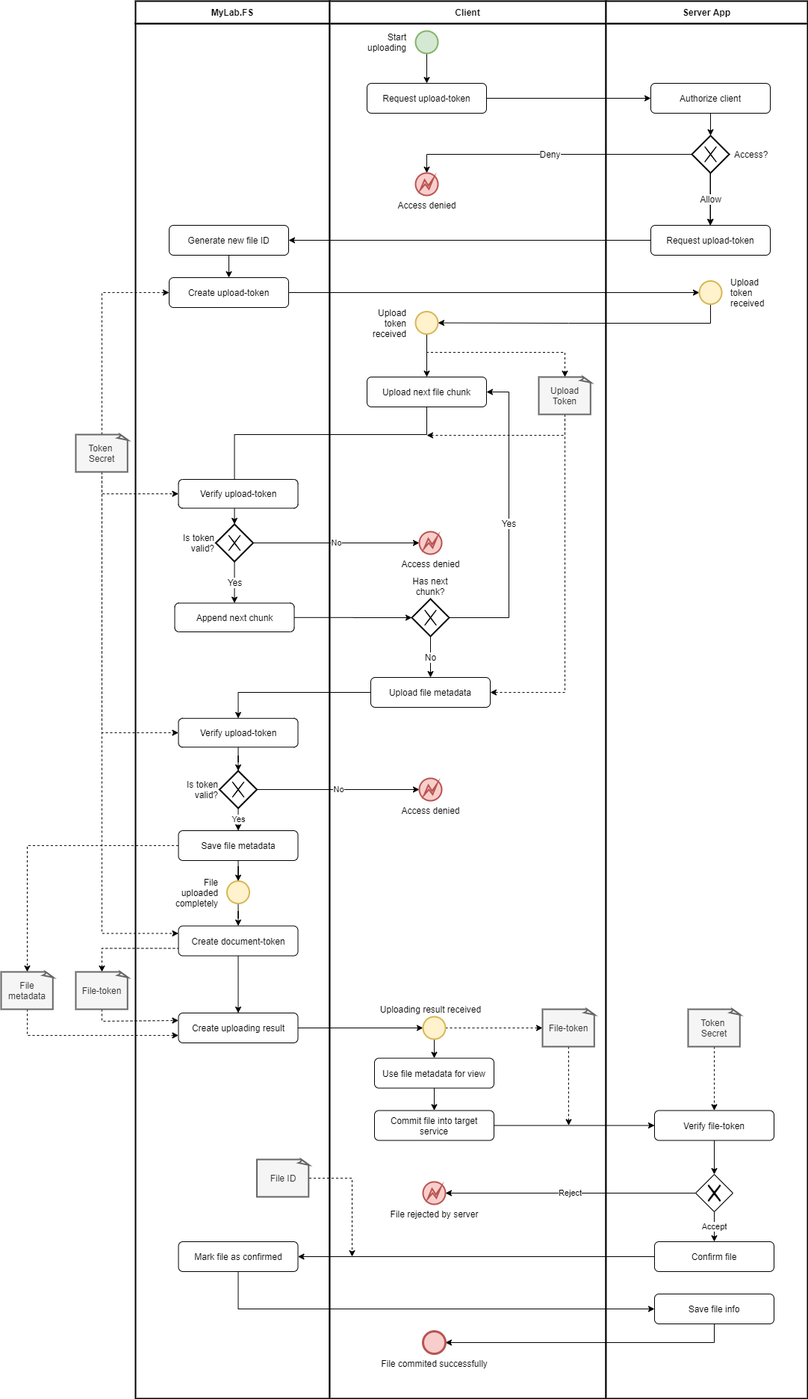
The draw.io diagram doc/diagramms/mylab-fs-client-uploading.png in mylab-tools/file-storage, before a commit. Source tidied: cells renumbered, new cells last; positions are measured from the earlier drawing's top-left corner, leaving out a move shared by most shapes.
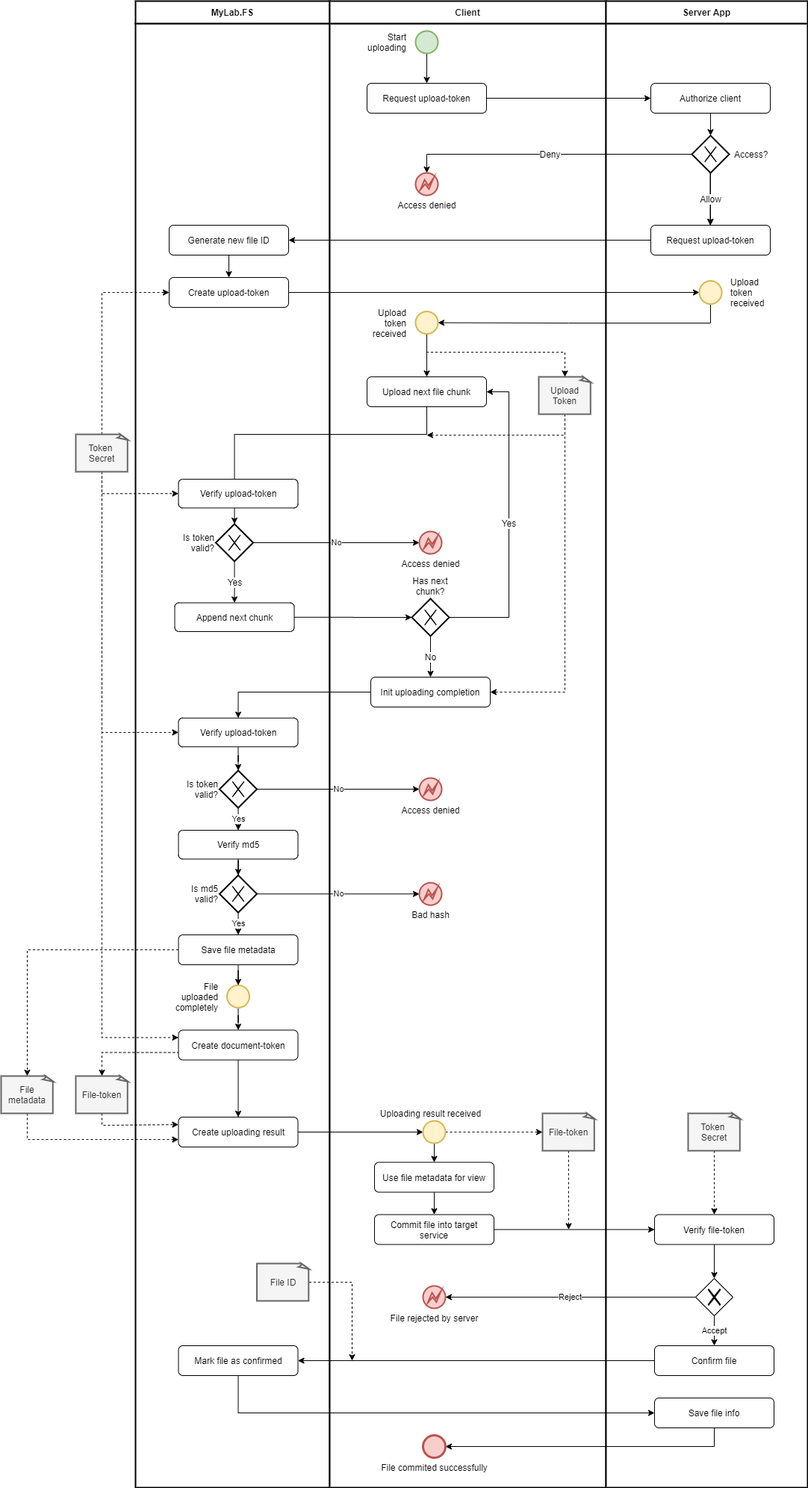
Later version of the same file.

What changed in the source:
```diff
@@ -3,19 +3,19 @@
     <mxCell id="0" />
     <mxCell id="1" parent="0" />
     <mxCell id="2" style="rounded=0;whiteSpace=wrap;html=1;strokeWidth=2;fontSize=12;align=center;" parent="1" vertex="1">
-      <mxGeometry x="180" y="30" width="260" height="1840" as="geometry" />
+      <mxGeometry x="180" y="30" width="260" height="1960" as="geometry" />
     </mxCell>
     <mxCell id="3" value="&lt;b&gt;MyLab.FS&lt;/b&gt;" style="rounded=0;whiteSpace=wrap;html=1;strokeWidth=2;fontSize=12;align=center;" parent="1" vertex="1">
       <mxGeometry x="180" width="260" height="30" as="geometry" />
     </mxCell>
     <mxCell id="4" style="rounded=0;whiteSpace=wrap;html=1;strokeWidth=2;fontSize=12;align=center;" parent="1" vertex="1">
-      <mxGeometry x="440" y="30" width="370" height="1840" as="geometry" />
+      <mxGeometry x="440" y="30" width="370" height="1960" as="geometry" />
     </mxCell>
     <mxCell id="5" value="Client" style="rounded=0;whiteSpace=wrap;html=1;strokeWidth=2;fontSize=12;align=center;fontStyle=1;" parent="1" vertex="1">
       <mxGeometry x="440" width="370" height="30" as="geometry" />
     </mxCell>
     <mxCell id="6" style="rounded=0;whiteSpace=wrap;html=1;strokeWidth=2;fontSize=12;align=center;" parent="1" vertex="1">
-      <mxGeometry x="810" y="30" width="270" height="1840" as="geometry" />
+      <mxGeometry x="810" y="30" width="270" height="1960" as="geometry" />
     </mxCell>
     <mxCell id="7" value="Server App" style="rounded=0;whiteSpace=wrap;html=1;strokeWidth=2;fontSize=12;align=center;fontStyle=1;" parent="1" vertex="1">
       <mxGeometry x="810" width="270" height="30" as="geometry" />
@@ -65,7 +65,7 @@
     <mxCell id="22" style="edgeStyle=orthogonalEdgeStyle;rounded=0;jettySize=auto;html=1;entryX=0;entryY=0.25;entryDx=0;entryDy=0;dashed=1;" parent="1" edge="1" source="24" target="40">
       <mxGeometry relative="1" as="geometry">
         <Array as="points">
-          <mxPoint x="135" y="1248" />
+          <mxPoint x="135" y="1388" />
         </Array>
       </mxGeometry>
     </mxCell>
@@ -119,7 +119,7 @@
     <mxCell id="34" style="edgeStyle=orthogonalEdgeStyle;rounded=0;jettySize=auto;html=1;entryX=0.5;entryY=0;entryDx=0;entryDy=0;startArrow=none;startFill=0;endArrow=classic;endFill=1;strokeWidth=1;fontSize=12;" parent="1" edge="1" source="35" target="87">
       <mxGeometry relative="1" as="geometry" />
     </mxCell>
-    <mxCell id="35" value="Upload file metadata" style="rounded=1;whiteSpace=wrap;html=1;strokeWidth=1;fontSize=12;align=center;" parent="1" vertex="1">
+    <mxCell id="35" value="Init uploading completion" style="rounded=1;whiteSpace=wrap;html=1;strokeWidth=1;fontSize=12;align=center;" parent="1" vertex="1">
       <mxGeometry x="495" y="905" width="160" height="40" as="geometry" />
     </mxCell>
     <mxCell id="36" value="&lt;br&gt;" style="edgeStyle=orthogonalEdgeStyle;rounded=0;jettySize=auto;html=1;startArrow=none;startFill=0;endArrow=classic;endFill=1;strokeWidth=1;fontSize=12;entryX=0.5;entryY=0;entryDx=0;entryDy=0;" parent="1" edge="1" source="38" target="52">
@@ -129,19 +129,19 @@
       <mxGeometry relative="1" as="geometry" />
     </mxCell>
     <mxCell id="38" value="Save file metadata" style="rounded=1;whiteSpace=wrap;html=1;strokeWidth=1;fontSize=12;align=center;" parent="1" vertex="1">
-      <mxGeometry x="237.5" y="1110" width="160" height="40" as="geometry" />
+      <mxGeometry x="237.5" y="1250" width="160" height="40" as="geometry" />
     </mxCell>
     <mxCell id="39" style="edgeStyle=orthogonalEdgeStyle;rounded=0;jettySize=auto;html=1;startArrow=none;startFill=0;endArrow=classic;endFill=1;strokeWidth=1;fontSize=12;" parent="1" edge="1" source="40" target="42">
       <mxGeometry relative="1" as="geometry" />
     </mxCell>
     <mxCell id="40" value="Create document-token" style="rounded=1;whiteSpace=wrap;html=1;strokeWidth=1;fontSize=12;align=center;" parent="1" vertex="1">
-      <mxGeometry x="237.5" y="1237.5" width="160" height="40" as="geometry" />
+      <mxGeometry x="237.5" y="1377.5" width="160" height="40" as="geometry" />
     </mxCell>
     <mxCell id="41" style="edgeStyle=orthogonalEdgeStyle;rounded=0;jettySize=auto;html=1;entryX=0;entryY=0.5;entryDx=0;entryDy=0;startArrow=none;startFill=0;endArrow=classic;endFill=1;strokeWidth=1;fontSize=12;" parent="1" edge="1" source="42" target="55">
       <mxGeometry relative="1" as="geometry" />
     </mxCell>
     <mxCell id="42" value="Create uploading result" style="rounded=1;whiteSpace=wrap;html=1;strokeWidth=1;fontSize=12;align=center;" parent="1" vertex="1">
-      <mxGeometry x="237.5" y="1354" width="160" height="40" as="geometry" />
+      <mxGeometry x="237.5" y="1494" width="160" height="40" as="geometry" />
     </mxCell>
     <mxCell id="43" style="edgeStyle=orthogonalEdgeStyle;rounded=0;jettySize=auto;html=1;startArrow=none;startFill=0;endArrow=classic;endFill=1;strokeWidth=1;fontSize=12;dashed=1;exitX=0.5;exitY=1;exitDx=0;exitDy=0;exitPerimeter=0;" parent="1" edge="1" source="45">
       <mxGeometry relative="1" as="geometry">
@@ -160,31 +160,31 @@
     <mxCell id="46" style="edgeStyle=orthogonalEdgeStyle;rounded=0;jettySize=auto;html=1;entryX=0;entryY=0.25;entryDx=0;entryDy=0;startArrow=none;startFill=0;endArrow=classic;endFill=1;strokeWidth=1;fontSize=12;dashed=1;exitX=0.5;exitY=1;exitDx=0;exitDy=0;exitPerimeter=0;" parent="1" edge="1" source="48" target="42">
       <mxGeometry relative="1" as="geometry">
         <Array as="points">
-          <mxPoint x="135" y="1365" />
+          <mxPoint x="135" y="1505" />
         </Array>
       </mxGeometry>
     </mxCell>
     <mxCell id="47" style="edgeStyle=orthogonalEdgeStyle;rounded=0;jettySize=auto;html=1;entryX=0;entryY=0.75;entryDx=0;entryDy=0;dashed=1;startArrow=classic;startFill=1;endArrow=none;endFill=0;strokeWidth=1;fontSize=12;exitX=0.5;exitY=0;exitDx=0;exitDy=0;exitPerimeter=0;" parent="1" edge="1" source="48" target="40">
       <mxGeometry relative="1" as="geometry">
         <Array as="points">
-          <mxPoint x="135" y="1268" />
+          <mxPoint x="135" y="1408" />
         </Array>
       </mxGeometry>
     </mxCell>
     <mxCell id="48" value="File-token" style="whiteSpace=wrap;html=1;shape=mxgraph.basic.document;strokeWidth=2;fontSize=12;align=center;fillColor=#f5f5f5;strokeColor=#666666;fontColor=#333333;" parent="1" vertex="1">
-      <mxGeometry x="100" y="1299" width="70" height="50" as="geometry" />
+      <mxGeometry x="100" y="1439" width="70" height="50" as="geometry" />
     </mxCell>
     <mxCell id="49" style="edgeStyle=orthogonalEdgeStyle;rounded=0;jettySize=auto;html=1;entryX=0;entryY=0.75;entryDx=0;entryDy=0;startArrow=none;startFill=0;endArrow=classic;endFill=1;strokeWidth=1;fontSize=12;dashed=1;exitX=0.5;exitY=1;exitDx=0;exitDy=0;exitPerimeter=0;" parent="1" edge="1" source="50" target="42">
       <mxGeometry relative="1" as="geometry" />
     </mxCell>
     <mxCell id="50" value="File metadata" style="whiteSpace=wrap;html=1;shape=mxgraph.basic.document;strokeWidth=2;fontSize=12;align=center;fillColor=#f5f5f5;strokeColor=#666666;fontColor=#333333;" parent="1" vertex="1">
-      <mxGeometry y="1299" width="70" height="50" as="geometry" />
+      <mxGeometry y="1439" width="70" height="50" as="geometry" />
     </mxCell>
     <mxCell id="51" style="edgeStyle=orthogonalEdgeStyle;rounded=0;jettySize=auto;html=1;entryX=0.5;entryY=0;entryDx=0;entryDy=0;startArrow=none;startFill=0;endArrow=classic;endFill=1;strokeWidth=1;fontSize=12;" parent="1" edge="1" source="52" target="40">
       <mxGeometry relative="1" as="geometry" />
     </mxCell>
     <mxCell id="52" value="File uploaded completely" style="ellipse;html=1;strokeColor=#d6b656;strokeWidth=2;fillColor=#fff2cc;fontSize=12;align=right;labelPosition=left;verticalLabelPosition=middle;verticalAlign=middle;whiteSpace=wrap;spacingRight=10;" parent="1" vertex="1">
-      <mxGeometry x="302.5" y="1177.5" width="30" height="30" as="geometry" />
+      <mxGeometry x="302.5" y="1317.5" width="30" height="30" as="geometry" />
     </mxCell>
     <mxCell id="53" style="edgeStyle=orthogonalEdgeStyle;rounded=0;jettySize=auto;html=1;entryX=0.5;entryY=0;entryDx=0;entryDy=0;startArrow=none;startFill=0;endArrow=classic;endFill=1;strokeWidth=1;fontSize=12;" parent="1" edge="1" source="55" target="64">
       <mxGeometry relative="1" as="geometry" />
@@ -193,7 +193,7 @@
       <mxGeometry relative="1" as="geometry" />
     </mxCell>
     <mxCell id="55" value="Uploading result received" style="ellipse;html=1;strokeColor=#d6b656;strokeWidth=2;fillColor=#fff2cc;fontSize=12;align=center;labelPosition=center;verticalLabelPosition=top;verticalAlign=bottom;spacingRight=10;" parent="1" vertex="1">
-      <mxGeometry x="565" y="1359" width="30" height="30" as="geometry" />
+      <mxGeometry x="565" y="1499" width="30" height="30" as="geometry" />
     </mxCell>
     <mxCell id="56" style="edgeStyle=orthogonalEdgeStyle;rounded=0;jettySize=auto;html=1;entryX=0.5;entryY=0;entryDx=0;entryDy=0;startArrow=none;startFill=0;endArrow=classic;endFill=1;strokeWidth=1;fontSize=12;" parent="1" edge="1" source="58" target="28">
       <mxGeometry relative="1" as="geometry" />
@@ -225,45 +225,45 @@
       <mxGeometry relative="1" as="geometry" />
     </mxCell>
     <mxCell id="64" value="Use file metadata for view" style="rounded=1;whiteSpace=wrap;html=1;strokeWidth=1;fontSize=12;align=center;" parent="1" vertex="1">
-      <mxGeometry x="500" y="1414.5" width="160" height="40" as="geometry" />
+      <mxGeometry x="500" y="1554.5" width="160" height="40" as="geometry" />
     </mxCell>
     <mxCell id="65" style="edgeStyle=orthogonalEdgeStyle;rounded=0;jettySize=auto;html=1;entryX=0;entryY=0.5;entryDx=0;entryDy=0;startArrow=none;startFill=0;endArrow=classic;endFill=1;strokeWidth=1;fontSize=12;" parent="1" edge="1" source="66" target="68">
       <mxGeometry relative="1" as="geometry" />
     </mxCell>
     <mxCell id="66" value="Commit file into target service" style="rounded=1;whiteSpace=wrap;html=1;strokeWidth=1;fontSize=12;align=center;" parent="1" vertex="1">
-      <mxGeometry x="500" y="1484.5" width="160" height="40" as="geometry" />
+      <mxGeometry x="500" y="1624.5" width="160" height="40" as="geometry" />
     </mxCell>
     <mxCell id="67" style="edgeStyle=orthogonalEdgeStyle;rounded=0;jettySize=auto;html=1;startArrow=none;startFill=0;endArrow=classic;endFill=1;strokeWidth=1;fontSize=12;" parent="1" edge="1" source="68" target="97">
       <mxGeometry relative="1" as="geometry" />
     </mxCell>
     <mxCell id="68" value="Verify file-token" style="rounded=1;whiteSpace=wrap;html=1;strokeWidth=1;fontSize=12;align=center;" parent="1" vertex="1">
-      <mxGeometry x="875" y="1484.5" width="160" height="40" as="geometry" />
+      <mxGeometry x="875" y="1624.5" width="160" height="40" as="geometry" />
     </mxCell>
     <mxCell id="69" style="edgeStyle=orthogonalEdgeStyle;rounded=0;jettySize=auto;html=1;startArrow=none;startFill=0;endArrow=classic;endFill=1;strokeWidth=1;fontSize=12;dashed=1;" parent="1" edge="1" source="70">
       <mxGeometry relative="1" as="geometry">
-        <mxPoint x="760" y="1504.5" as="targetPoint" />
+        <mxPoint x="760" y="1644.5" as="targetPoint" />
       </mxGeometry>
     </mxCell>
     <mxCell id="70" value="File-token" style="whiteSpace=wrap;html=1;shape=mxgraph.basic.document;strokeWidth=2;fontSize=12;align=center;fillColor=#f5f5f5;strokeColor=#666666;fontColor=#333333;" parent="1" vertex="1">
-      <mxGeometry x="725" y="1349" width="70" height="50" as="geometry" />
+      <mxGeometry x="725" y="1489" width="70" height="50" as="geometry" />
     </mxCell>
     <mxCell id="71" style="edgeStyle=orthogonalEdgeStyle;rounded=0;jettySize=auto;html=1;entryX=0.5;entryY=0;entryDx=0;entryDy=0;dashed=1;startArrow=none;startFill=0;endArrow=classic;endFill=1;strokeWidth=1;fontSize=12;" parent="1" edge="1" source="72" target="68">
       <mxGeometry relative="1" as="geometry" />
     </mxCell>
     <mxCell id="72" value="Token &lt;br&gt;Secret" style="whiteSpace=wrap;html=1;shape=mxgraph.basic.document;strokeWidth=2;fontSize=12;align=center;fillColor=#f5f5f5;strokeColor=#666666;fontColor=#333333;" parent="1" vertex="1">
-      <mxGeometry x="920" y="1349" width="70" height="50" as="geometry" />
+      <mxGeometry x="920" y="1489" width="70" height="50" as="geometry" />
     </mxCell>
     <mxCell id="73" value="File rejected by server" style="shape=mxgraph.bpmn.shape;html=1;verticalLabelPosition=bottom;labelBackgroundColor=#ffffff;verticalAlign=top;align=center;perimeter=ellipsePerimeter;outlineConnect=0;outline=eventInt;symbol=error;strokeColor=#b85450;strokeWidth=2;fillColor=#f8cecc;fontSize=12;" parent="1" vertex="1">
-      <mxGeometry x="565" y="1580" width="30" height="30" as="geometry" />
+      <mxGeometry x="565" y="1720" width="30" height="30" as="geometry" />
     </mxCell>
     <mxCell id="74" style="edgeStyle=orthogonalEdgeStyle;rounded=0;jettySize=auto;html=1;entryX=1;entryY=0.5;entryDx=0;entryDy=0;exitX=0.5;exitY=1;exitDx=0;exitDy=0;" parent="1" edge="1" source="75" target="76">
       <mxGeometry relative="1" as="geometry" />
     </mxCell>
     <mxCell id="75" value="Save file info" style="rounded=1;whiteSpace=wrap;html=1;strokeWidth=1;fontSize=12;align=center;" parent="1" vertex="1">
-      <mxGeometry x="875" y="1730" width="160" height="40" as="geometry" />
+      <mxGeometry x="875" y="1870" width="160" height="40" as="geometry" />
     </mxCell>
     <mxCell id="76" value="File commited successfully" style="shape=mxgraph.bpmn.shape;html=1;verticalLabelPosition=bottom;labelBackgroundColor=#ffffff;verticalAlign=top;align=center;perimeter=ellipsePerimeter;outlineConnect=0;outline=end;symbol=general;strokeColor=#b85450;strokeWidth=1;fillColor=#f8cecc;fontSize=12;" parent="1" vertex="1">
-      <mxGeometry x="565" y="1780" width="30" height="30" as="geometry" />
+      <mxGeometry x="565" y="1920" width="30" height="30" as="geometry" />
     </mxCell>
     <mxCell id="77" value="Allow" style="edgeStyle=orthogonalEdgeStyle;rounded=0;orthogonalLoop=1;jettySize=auto;html=1;startArrow=none;startFill=0;endArrow=classic;endFill=1;strokeWidth=1;fontSize=12;" parent="1" edge="1">
       <mxGeometry relative="1" as="geometry">
@@ -291,7 +291,7 @@
     <mxCell id="82" value="Access denied" style="shape=mxgraph.bpmn.shape;html=1;verticalLabelPosition=bottom;labelBackgroundColor=#ffffff;verticalAlign=top;align=center;perimeter=ellipsePerimeter;outlineConnect=0;outline=eventInt;symbol=error;strokeColor=#b85450;strokeWidth=2;fillColor=#f8cecc;fontSize=12;" parent="1" vertex="1">
       <mxGeometry x="560" y="710" width="30" height="30" as="geometry" />
     </mxCell>
-    <mxCell id="83" value="Yes" style="edgeStyle=orthogonalEdgeStyle;rounded=0;jettySize=auto;html=1;entryX=0.5;entryY=0;entryDx=0;entryDy=0;" parent="1" edge="1" source="84" target="38">
+    <mxCell id="83" value="Yes" style="edgeStyle=orthogonalEdgeStyle;rounded=0;jettySize=auto;html=1;entryX=0.5;entryY=0;entryDx=0;entryDy=0;" parent="1" edge="1" source="84" target="102">
       <mxGeometry relative="1" as="geometry" />
     </mxCell>
     <mxCell id="84" value="&lt;span style=&quot;white-space: normal ; background-color: rgb(255 , 255 , 255)&quot;&gt;Is token valid?&lt;/span&gt;" style="shape=mxgraph.bpmn.shape;html=1;verticalLabelPosition=middle;labelBackgroundColor=#ffffff;verticalAlign=middle;align=right;perimeter=rhombusPerimeter;background=gateway;outlineConnect=0;outline=none;symbol=exclusiveGw;strokeWidth=2;fontSize=12;labelPosition=left;whiteSpace=wrap;" parent="1" vertex="1">
@@ -313,29 +313,29 @@
       <mxGeometry relative="1" as="geometry" />
     </mxCell>
     <mxCell id="90" value="Confirm file" style="rounded=1;whiteSpace=wrap;html=1;strokeWidth=1;fontSize=12;align=center;" parent="1" vertex="1">
-      <mxGeometry x="875" y="1660" width="160" height="40" as="geometry" />
+      <mxGeometry x="875" y="1800" width="160" height="40" as="geometry" />
     </mxCell>
     <mxCell id="91" style="edgeStyle=orthogonalEdgeStyle;rounded=0;jettySize=auto;html=1;entryX=0;entryY=0.5;entryDx=0;entryDy=0;" parent="1" edge="1" source="92" target="75">
       <mxGeometry relative="1" as="geometry">
         <Array as="points">
-          <mxPoint x="318" y="1750" />
+          <mxPoint x="318" y="1890" />
         </Array>
       </mxGeometry>
     </mxCell>
     <mxCell id="92" value="Mark file as confirmed" style="rounded=1;whiteSpace=wrap;html=1;strokeWidth=1;fontSize=12;align=center;" parent="1" vertex="1">
-      <mxGeometry x="237.5" y="1660" width="160" height="40" as="geometry" />
+      <mxGeometry x="237.5" y="1800" width="160" height="40" as="geometry" />
     </mxCell>
     <mxCell id="93" style="edgeStyle=orthogonalEdgeStyle;rounded=0;jettySize=auto;html=1;dashed=1;" parent="1" edge="1" source="94">
       <mxGeometry relative="1" as="geometry">
-        <mxPoint x="470" y="1680" as="targetPoint" />
+        <mxPoint x="470" y="1820" as="targetPoint" />
         <Array as="points">
-          <mxPoint x="470" y="1575" />
-          <mxPoint x="470" y="1680" />
+          <mxPoint x="470" y="1715" />
+          <mxPoint x="470" y="1820" />
         </Array>
       </mxGeometry>
     </mxCell>
     <mxCell id="94" value="File ID" style="whiteSpace=wrap;html=1;shape=mxgraph.basic.document;strokeWidth=2;fontSize=12;align=center;fillColor=#f5f5f5;strokeColor=#666666;fontColor=#333333;" parent="1" vertex="1">
-      <mxGeometry x="342.5" y="1550" width="70" height="50" as="geometry" />
+      <mxGeometry x="342.5" y="1690" width="70" height="50" as="geometry" />
     </mxCell>
     <mxCell id="95" value="Reject" style="edgeStyle=orthogonalEdgeStyle;rounded=0;jettySize=auto;html=1;entryX=1;entryY=0.5;entryDx=0;entryDy=0;" parent="1" edge="1" source="97" target="73">
       <mxGeometry relative="1" as="geometry" />
@@ -344,7 +344,25 @@
       <mxGeometry relative="1" as="geometry" />
     </mxCell>
     <mxCell id="97" style="shape=mxgraph.bpmn.shape;html=1;verticalLabelPosition=bottom;labelBackgroundColor=#ffffff;verticalAlign=top;align=center;perimeter=rhombusPerimeter;background=gateway;outlineConnect=0;outline=none;symbol=exclusiveGw;" parent="1" vertex="1">
-      <mxGeometry x="930" y="1570" width="50" height="50" as="geometry" />
+      <mxGeometry x="930" y="1710" width="50" height="50" as="geometry" />
     </mxCell>
+    <mxCell id="98" value="Yes" style="edgeStyle=orthogonalEdgeStyle;rounded=0;jettySize=auto;html=1;entryX=0.5;entryY=0;entryDx=0;entryDy=0;" parent="1" edge="1" source="99" target="38">
+      <mxGeometry relative="1" as="geometry" />
+    </mxCell>
+    <mxCell id="99" value="&lt;span style=&quot;white-space: normal ; background-color: rgb(255 , 255 , 255)&quot;&gt;Is md5 valid?&lt;/span&gt;" style="shape=mxgraph.bpmn.shape;html=1;verticalLabelPosition=middle;labelBackgroundColor=#ffffff;verticalAlign=middle;align=right;perimeter=rhombusPerimeter;background=gateway;outlineConnect=0;outline=none;symbol=exclusiveGw;strokeWidth=2;fontSize=12;labelPosition=left;whiteSpace=wrap;" parent="1" vertex="1">
+      <mxGeometry x="292.5" y="1170.2" width="50" height="50" as="geometry" />
+    </mxCell>
+    <mxCell id="100" value="No" style="edgeStyle=orthogonalEdgeStyle;rounded=0;jettySize=auto;html=1;entryX=0;entryY=0.5;entryDx=0;entryDy=0;exitX=1;exitY=0.5;exitDx=0;exitDy=0;" parent="1" edge="1" source="99" target="103">
+      <mxGeometry relative="1" as="geometry" />
+    </mxCell>
+    <mxCell id="101" style="edgeStyle=orthogonalEdgeStyle;rounded=0;jettySize=auto;html=1;entryX=0.5;entryY=0;entryDx=0;entryDy=0;" parent="1" edge="1" source="102" target="99">
+      <mxGeometry relative="1" as="geometry" />
+    </mxCell>
+    <mxCell id="102" value="Verify md5" style="rounded=1;whiteSpace=wrap;html=1;strokeWidth=1;fontSize=12;align=center;" parent="1" vertex="1">
+      <mxGeometry x="237.5" y="1110" width="160" height="38.5" as="geometry" />
+    </mxCell>
+    <mxCell id="103" value="Bad hash" style="shape=mxgraph.bpmn.shape;html=1;verticalLabelPosition=bottom;labelBackgroundColor=#ffffff;verticalAlign=top;align=center;perimeter=ellipsePerimeter;outlineConnect=0;outline=eventInt;symbol=error;strokeColor=#b85450;strokeWidth=2;fillColor=#f8cecc;fontSize=12;" parent="1" vertex="1">
+      <mxGeometry x="560" y="1180.2" width="30" height="30" as="geometry" />
+    </mxCell>
   </root>
 </mxGraphModel>
```
